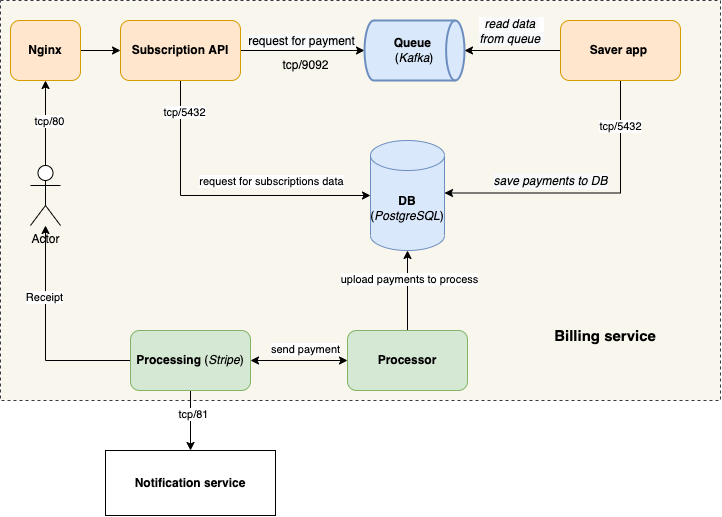
Before: scheme/billing_scheme.png, a diagram exported from draw.io (NataliaLaktyushkina/billing_service). Source tidied: cells renumbered, new cells last; positions are measured from the earlier drawing's top-left corner, leaving out a move shared by most shapes.
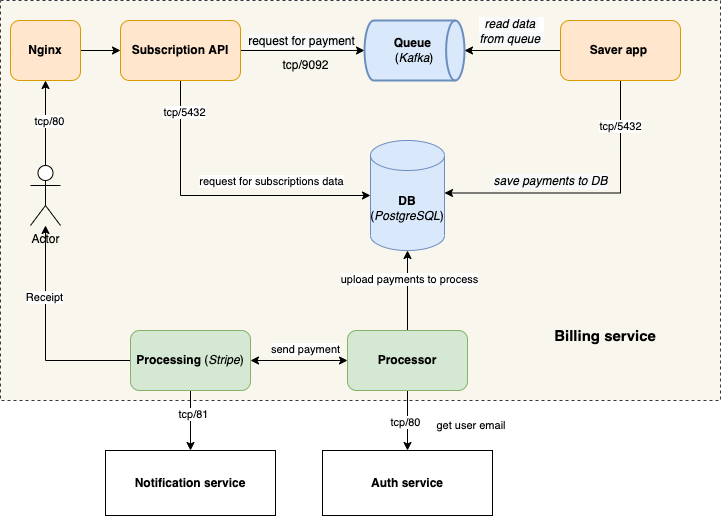
After the commit.

Commit message:
add auth service to scheme

What changed in the source:
```diff
@@ -79,6 +79,14 @@
         <mxPoint x="4" y="-11" as="offset" />
       </mxGeometry>
     </mxCell>
+    <mxCell id="35" style="edgeStyle=orthogonalEdgeStyle;rounded=0;jettySize=auto;html=1;fontSize=15;startArrow=none;startFill=0;" parent="1" edge="1" source="21" target="37">
+      <mxGeometry relative="1" as="geometry" />
+    </mxCell>
+    <mxCell id="36" value="tcp/80" style="edgeLabel;html=1;align=center;verticalAlign=middle;fontSize=11;" parent="35" vertex="1">
+      <mxGeometry x="0.07" y="-2" relative="1" as="geometry">
+        <mxPoint x="-1" y="-1" as="offset" />
+      </mxGeometry>
+    </mxCell>
     <mxCell id="21" value="&lt;b&gt;Processor&lt;/b&gt;" style="rounded=1;whiteSpace=wrap;html=1;fillColor=#d5e8d4;strokeColor=#82b366;" parent="1" vertex="1">
       <mxGeometry x="347" y="330" width="120" height="60" as="geometry" />
     </mxCell>
@@ -125,5 +133,11 @@
     <mxCell id="34" value="&lt;font style=&quot;font-size: 15px;&quot;&gt;&lt;b&gt;Billing service&lt;/b&gt;&lt;/font&gt;" style="text;html=1;strokeColor=none;fillColor=none;align=center;verticalAlign=middle;whiteSpace=wrap;rounded=0;shadow=0;glass=0;dashed=1;" parent="1" vertex="1">
       <mxGeometry x="550" y="320" width="110" height="30" as="geometry" />
     </mxCell>
+    <mxCell id="37" value="&lt;b&gt;Auth service&lt;/b&gt;" style="rounded=0;whiteSpace=wrap;html=1;" parent="1" vertex="1">
+      <mxGeometry x="322" y="450" width="170" height="65" as="geometry" />
+    </mxCell>
+    <mxCell id="38" value="get user email" style="text;html=1;strokeColor=none;fillColor=none;align=center;verticalAlign=middle;whiteSpace=wrap;rounded=0;shadow=0;glass=0;dashed=1;fontSize=11;" parent="1" vertex="1">
+      <mxGeometry x="432" y="410" width="78" height="30" as="geometry" />
+    </mxCell>
   </root>
 </mxGraphModel>
```
